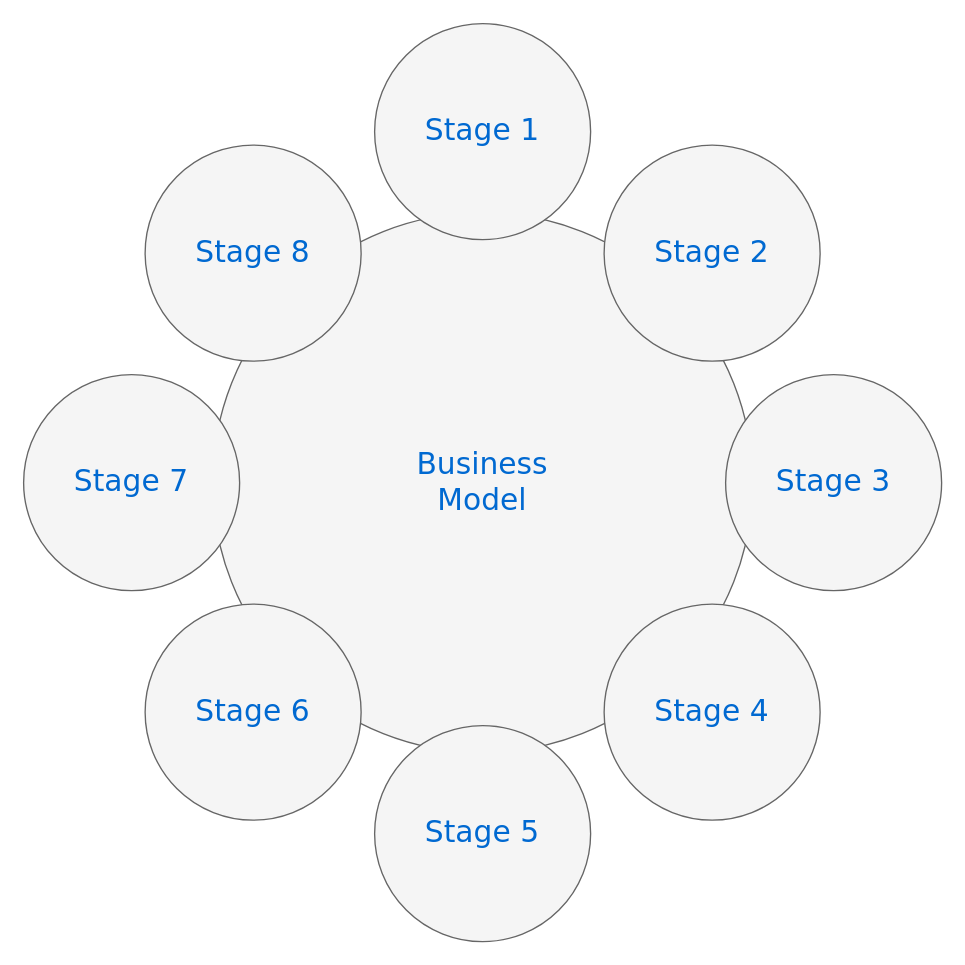
The draw.io diagram Untitled Diagram.drawio in Chening/CbWiki, before the edit. Source tidied: cells renumbered, new cells numbered last; positions are measured from the earlier drawing's top-left corner, leaving out a move shared by most shapes. Both pictures are drawn from the tidied source at 135%, with x=0, y=0 at pixel (23, 23).
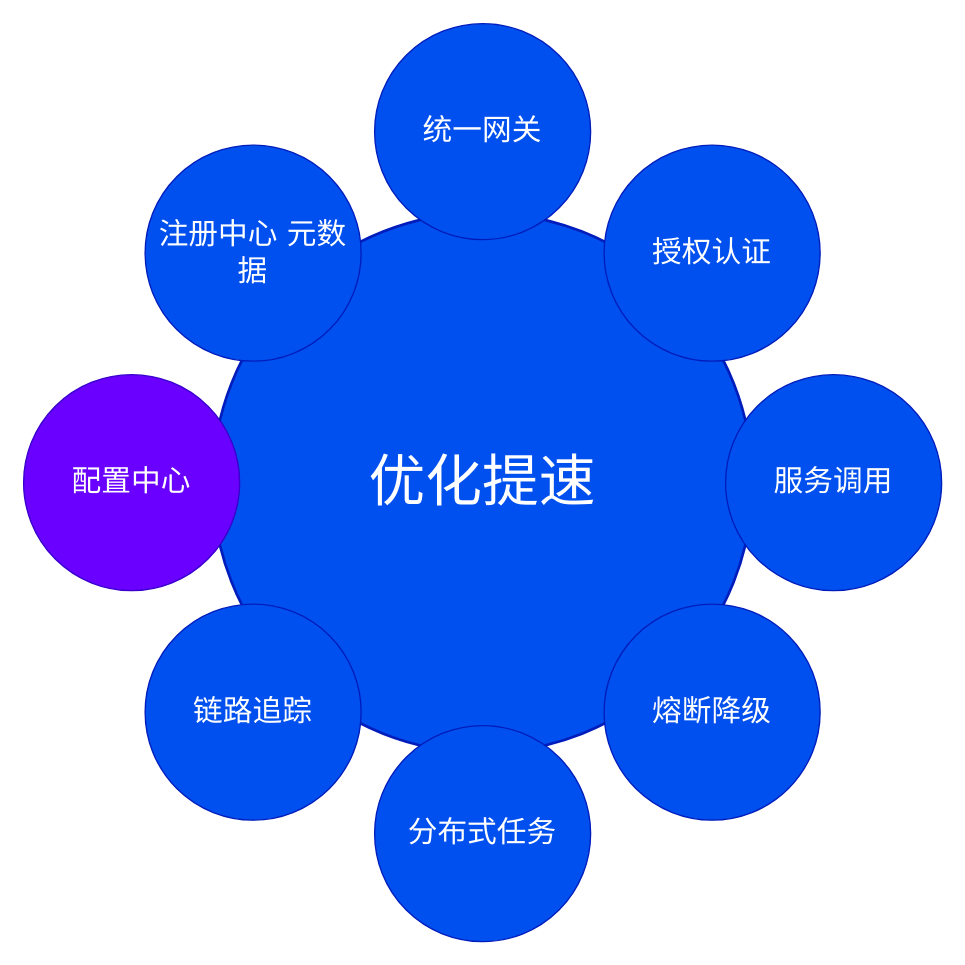
After the change.

What changed in the source:
```diff
@@
 <mxGraphModel>
   <root>
     <mxCell id="0" />
     <mxCell id="1" parent="0" />
-    <mxCell id="2" value="Business&lt;div&gt;Model&lt;/div&gt;" style="ellipse;whiteSpace=wrap;html=1;rounded=0;shadow=0;dashed=0;comic=0;fontFamily=Verdana;fontSize=22;fontColor=#0069D1;fillColor=#f5f5f5;strokeColor=#666666;" parent="1" vertex="1">
+    <mxCell id="2" value="&lt;p style=&quot;line-height: 0.1 ; font-size: 42px&quot;&gt;优化提速&lt;/p&gt;" style="ellipse;whiteSpace=wrap;html=1;rounded=0;shadow=0;dashed=0;comic=0;fontFamily=Verdana;fontSize=22;fontColor=#ffffff;fillColor=#0050ef;strokeColor=#001DBC;strokeWidth=2;" parent="1" vertex="1">
       <mxGeometry x="140" y="140" width="400" height="400" as="geometry" />
     </mxCell>
-    <mxCell id="3" value="Stage 1" style="ellipse;whiteSpace=wrap;html=1;rounded=0;shadow=0;dashed=0;comic=0;fontFamily=Verdana;fontSize=22;fontColor=#0069D1;fillColor=#f5f5f5;strokeColor=#666666;" parent="1" vertex="1">
+    <mxCell id="3" value="统一网关" style="ellipse;whiteSpace=wrap;html=1;rounded=0;shadow=0;dashed=0;comic=0;fontFamily=Verdana;fontSize=22;fontColor=#ffffff;fillColor=#0050ef;strokeColor=#001DBC;" parent="1" vertex="1">
       <mxGeometry x="260" width="160" height="160" as="geometry" />
     </mxCell>
-    <mxCell id="4" value="Stage 5" style="ellipse;whiteSpace=wrap;html=1;rounded=0;shadow=0;dashed=0;comic=0;fontFamily=Verdana;fontSize=22;fontColor=#0069D1;fillColor=#f5f5f5;strokeColor=#666666;" parent="1" vertex="1">
+    <mxCell id="4" value="分布式任务" style="ellipse;whiteSpace=wrap;html=1;rounded=0;shadow=0;dashed=0;comic=0;fontFamily=Verdana;fontSize=22;fontColor=#ffffff;fillColor=#0050ef;strokeColor=#001DBC;" parent="1" vertex="1">
       <mxGeometry x="260" y="520" width="160" height="160" as="geometry" />
     </mxCell>
-    <mxCell id="5" value="Stage 3" style="ellipse;whiteSpace=wrap;html=1;rounded=0;shadow=0;dashed=0;comic=0;fontFamily=Verdana;fontSize=22;fontColor=#0069D1;fillColor=#f5f5f5;strokeColor=#666666;" parent="1" vertex="1">
+    <mxCell id="5" value="服务调用" style="ellipse;whiteSpace=wrap;html=1;rounded=0;shadow=0;dashed=0;comic=0;fontFamily=Verdana;fontSize=22;fontColor=#ffffff;fillColor=#0050ef;strokeColor=#001DBC;" parent="1" vertex="1">
       <mxGeometry x="520" y="260" width="160" height="160" as="geometry" />
     </mxCell>
-    <mxCell id="6" value="Stage 7" style="ellipse;whiteSpace=wrap;html=1;rounded=0;shadow=0;dashed=0;comic=0;fontFamily=Verdana;fontSize=22;fontColor=#0069D1;fillColor=#f5f5f5;strokeColor=#666666;" parent="1" vertex="1">
+    <mxCell id="6" value="配置中心" style="ellipse;whiteSpace=wrap;html=1;rounded=0;shadow=0;dashed=0;comic=0;fontFamily=Verdana;fontSize=22;fontColor=#ffffff;fillColor=#6a00ff;strokeColor=#3700CC;" parent="1" vertex="1">
       <mxGeometry y="260" width="160" height="160" as="geometry" />
     </mxCell>
-    <mxCell id="7" value="Stage 8" style="ellipse;whiteSpace=wrap;html=1;rounded=0;shadow=0;dashed=0;comic=0;fontFamily=Verdana;fontSize=22;fontColor=#0069D1;fillColor=#f5f5f5;strokeColor=#666666;" parent="1" vertex="1">
+    <mxCell id="7" value="注册中心 元数据" style="ellipse;whiteSpace=wrap;html=1;rounded=0;shadow=0;dashed=0;comic=0;fontFamily=Verdana;fontSize=22;fontColor=#ffffff;fillColor=#0050ef;strokeColor=#001DBC;" parent="1" vertex="1">
       <mxGeometry x="90" y="90" width="160" height="160" as="geometry" />
     </mxCell>
-    <mxCell id="8" value="Stage 2" style="ellipse;whiteSpace=wrap;html=1;rounded=0;shadow=0;dashed=0;comic=0;fontFamily=Verdana;fontSize=22;fontColor=#0069D1;fillColor=#f5f5f5;strokeColor=#666666;" parent="1" vertex="1">
+    <mxCell id="8" value="授权认证" style="ellipse;whiteSpace=wrap;html=1;rounded=0;shadow=0;dashed=0;comic=0;fontFamily=Verdana;fontSize=22;fontColor=#ffffff;fillColor=#0050ef;strokeColor=#001DBC;" parent="1" vertex="1">
       <mxGeometry x="430" y="90" width="160" height="160" as="geometry" />
     </mxCell>
-    <mxCell id="9" value="Stage 4" style="ellipse;whiteSpace=wrap;html=1;rounded=0;shadow=0;dashed=0;comic=0;fontFamily=Verdana;fontSize=22;fontColor=#0069D1;fillColor=#f5f5f5;strokeColor=#666666;" parent="1" vertex="1">
+    <mxCell id="9" value="熔断降级" style="ellipse;whiteSpace=wrap;html=1;rounded=0;shadow=0;dashed=0;comic=0;fontFamily=Verdana;fontSize=22;fontColor=#ffffff;fillColor=#0050ef;strokeColor=#001DBC;" parent="1" vertex="1">
       <mxGeometry x="430" y="430" width="160" height="160" as="geometry" />
     </mxCell>
-    <mxCell id="10" value="Stage 6" style="ellipse;whiteSpace=wrap;html=1;rounded=0;shadow=0;dashed=0;comic=0;fontFamily=Verdana;fontSize=22;fontColor=#0069D1;fillColor=#f5f5f5;strokeColor=#666666;" parent="1" vertex="1">
+    <mxCell id="10" value="链路追踪" style="ellipse;whiteSpace=wrap;html=1;rounded=0;shadow=0;dashed=0;comic=0;fontFamily=Verdana;fontSize=22;fontColor=#ffffff;fillColor=#0050ef;strokeColor=#001DBC;" parent="1" vertex="1">
       <mxGeometry x="90" y="430" width="160" height="160" as="geometry" />
     </mxCell>
   </root>
 </mxGraphModel>
```
